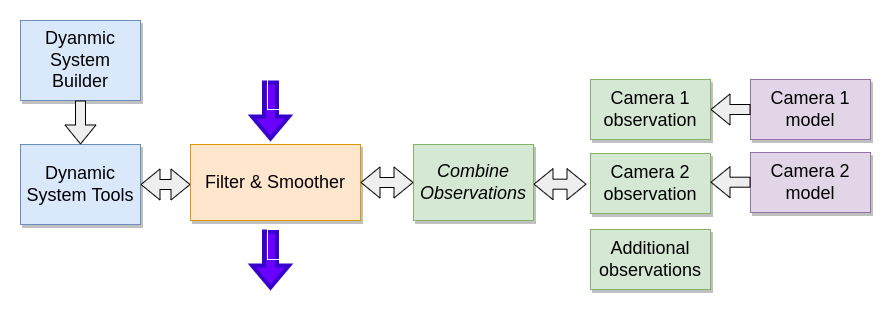
Before: docs/img/block_diagram.png, a diagram exported from draw.io (tusq-at-usq/motion-analysis). Source tidied: cells renumbered, new cells last; positions are measured from the earlier drawing's top-left corner, leaving out a move shared by most shapes.
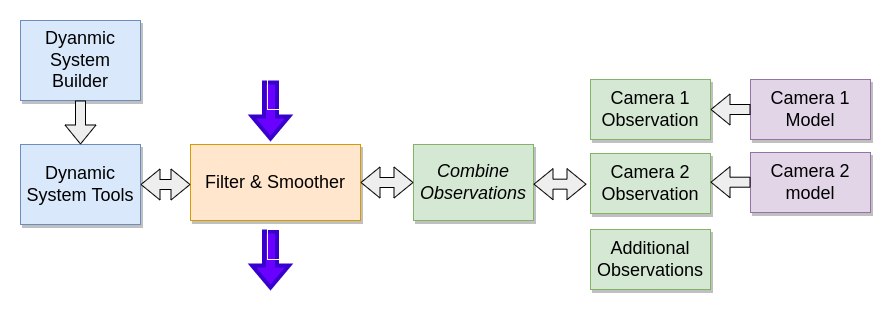
Later version of the same file.

The edit, as a diff of the source:
```diff
@@ -8,10 +8,10 @@
     <mxCell id="3" value="&lt;i&gt;Combine Observations&lt;/i&gt;" style="whiteSpace=wrap;html=1;shadow=1;fontSize=18;fillColor=#d5e8d4;strokeColor=#82b366;" parent="1" vertex="1">
       <mxGeometry x="393" y="124" width="120" height="76" as="geometry" />
     </mxCell>
-    <mxCell id="4" value="Camera 1 observation" style="whiteSpace=wrap;html=1;shadow=1;fontSize=18;fillColor=#d5e8d4;strokeColor=#82b366;" parent="1" vertex="1">
+    <mxCell id="4" value="Camera 1 Observation" style="whiteSpace=wrap;html=1;shadow=1;fontSize=18;fillColor=#d5e8d4;strokeColor=#82b366;" parent="1" vertex="1">
       <mxGeometry x="570" y="59" width="120" height="60" as="geometry" />
     </mxCell>
-    <mxCell id="5" value="Camera 2 observation" style="whiteSpace=wrap;html=1;shadow=1;fontSize=18;fillColor=#d5e8d4;strokeColor=#82b366;" parent="1" vertex="1">
+    <mxCell id="5" value="Camera 2 Observation" style="whiteSpace=wrap;html=1;shadow=1;fontSize=18;fillColor=#d5e8d4;strokeColor=#82b366;" parent="1" vertex="1">
       <mxGeometry x="570" y="133" width="120" height="60" as="geometry" />
     </mxCell>
     <mxCell id="6" value="Dynamic System Tools" style="whiteSpace=wrap;html=1;shadow=1;fontSize=18;fillColor=#dae8fc;strokeColor=#6c8ebf;" parent="1" vertex="1">
@@ -31,7 +31,7 @@
     <mxCell id="10" style="shape=flexArrow;endArrow=block;html=1;rounded=0;endSize=6;strokeColor=default;endFill=0;startArrow=block;exitX=1;exitY=0.5;exitDx=0;exitDy=0;entryX=0;entryY=0.5;entryDx=0;entryDy=0;fillColor=#eeeeee;" parent="1" edge="1" source="2" target="3">
       <mxGeometry relative="1" as="geometry" />
     </mxCell>
-    <mxCell id="11" value="Additional observations" style="whiteSpace=wrap;html=1;shadow=1;fontSize=18;fillColor=#d5e8d4;strokeColor=#82b366;" parent="1" vertex="1">
+    <mxCell id="11" value="Additional Observations" style="whiteSpace=wrap;html=1;shadow=1;fontSize=18;fillColor=#d5e8d4;strokeColor=#82b366;" parent="1" vertex="1">
       <mxGeometry x="570" y="209" width="120" height="60" as="geometry" />
     </mxCell>
     <mxCell id="12" style="shape=flexArrow;endArrow=block;html=1;rounded=0;endSize=6;strokeColor=default;endFill=0;startArrow=block;exitX=1;exitY=0.5;exitDx=0;exitDy=0;entryX=0;entryY=0.5;entryDx=0;entryDy=0;fillColor=#eeeeee;" parent="1" edge="1">
@@ -40,7 +40,7 @@
         <mxPoint x="566" y="163.7" as="targetPoint" />
       </mxGeometry>
     </mxCell>
-    <mxCell id="13" value="Camera 1 model" style="whiteSpace=wrap;html=1;shadow=1;fontSize=18;fillColor=#e1d5e7;strokeColor=#9673a6;" parent="1" vertex="1">
+    <mxCell id="13" value="Camera 1 Model" style="whiteSpace=wrap;html=1;shadow=1;fontSize=18;fillColor=#e1d5e7;strokeColor=#9673a6;" parent="1" vertex="1">
       <mxGeometry x="730" y="59" width="120" height="60" as="geometry" />
     </mxCell>
     <mxCell id="14" value="Camera 2 model" style="whiteSpace=wrap;html=1;shadow=1;fontSize=18;fillColor=#e1d5e7;strokeColor=#9673a6;" parent="1" vertex="1">
```
